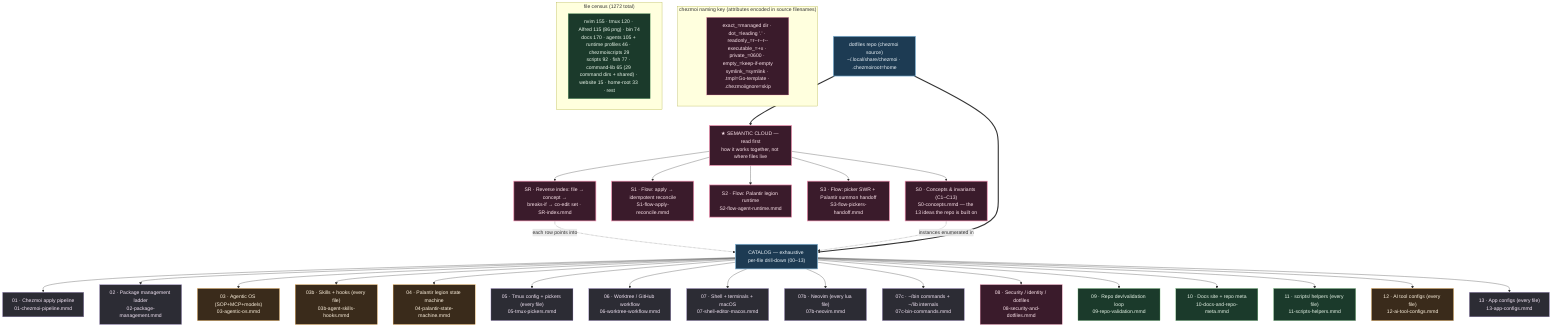
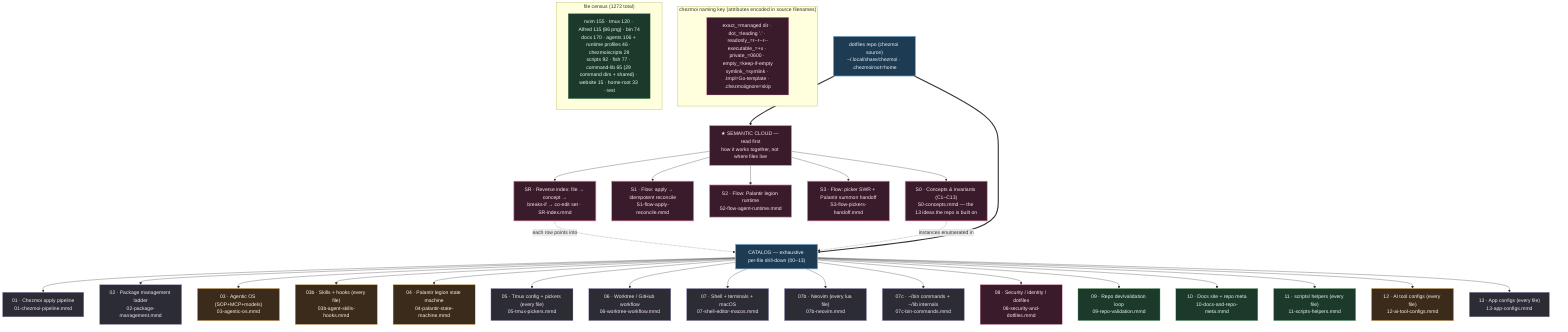
%% ============================================================================
%% 00-overview.mmd — Master navigation map for kapral18/dotfiles
%% TWO LAYERS:
%%   SEMANTIC CLOUD (read first) — how the system THINKS: concepts+invariants
%%     (S0), cross-cutting flows (S1/S2/S3), and a reverse index (SR) that maps
%%     any file to its concept, blast radius, and co-edit set.
%%   CATALOG (drill-down) — how the system is LAID OUT: 00-13 enumerate every
%%     one of the 1272 files in the effective git file set by exact chezmoi source path.
%% `home/` is chezmoi source deployed to $HOME; scripts/tools/website/docs are
%% repo-side (NOT deployed). Each node → a deeper .mmd.
%% ============================================================================
graph TD
    classDef entry fill:#1d3b53,stroke:#7fb3d5,color:#eaf2f8,stroke-width:2px;
    classDef sys fill:#2c2c34,stroke:#b39ddb,color:#f3e5f5;
    classDef ai fill:#3a2b1b,stroke:#ffb74d,color:#fff3e0;
    classDef repo fill:#1b3a2b,stroke:#81c784,color:#e8f5e9;
    classDef data fill:#3a1b2b,stroke:#f48fb1,color:#fce4ec;
    classDef sem fill:#3a1b2b,stroke:#f48fb1,color:#fce4ec,stroke-width:2px;

    ROOT["dotfiles repo (chezmoi source)<br/>~/.local/share/chezmoi · .chezmoiroot=home"]:::entry

    %% ---- SEMANTIC LAYER (read before the catalog) --------------------------
    ROOT ==> SEMHEAD["★ SEMANTIC CLOUD — read first<br/>how it works together, not where files live"]:::sem
    SEMHEAD --> S0["S0 · Concepts & invariants (C1–C13)<br/>S0-concepts.mmd — the 13 ideas the repo is built on"]:::sem
    SEMHEAD --> S1["S1 · Flow: apply → idempotent reconcile<br/>S1-flow-apply-reconcile.mmd"]:::sem
    SEMHEAD --> S2["S2 · Flow: Palantir legion runtime<br/>S2-flow-agent-runtime.mmd"]:::sem
    SEMHEAD --> S3["S3 · Flow: picker SWR + Palantir summon handoff<br/>S3-flow-pickers-handoff.mmd"]:::sem
    SEMHEAD --> SR["SR · Reverse index: file → concept →<br/>breaks-if → co-edit set · SR-index.mmd"]:::sem
    SR -. "each row points into" .-> CATHEAD
    S0 -. "instances enumerated in" .-> CATHEAD

    %% ---- CATALOG LAYER (exhaustive per-file drill-down) --------------------
    ROOT ==> CATHEAD["CATALOG — exhaustive per-file drill-down (00–13)"]:::entry

    CATHEAD --> CZ["01 · Chezmoi apply pipeline<br/>01-chezmoi-pipeline.mmd"]:::sys
    CATHEAD --> PKG["02 · Package management ladder<br/>02-package-management.mmd"]:::sys
    CATHEAD --> AIOS["03 · Agentic OS (SOP+MCP+models)<br/>03-agentic-os.mmd"]:::ai
    CATHEAD --> SKILLS["03b · Skills + hooks (every file)<br/>03b-agent-skills-hooks.mmd"]:::ai
    CATHEAD --> PAL["04 · Palantir legion state machine<br/>04-palantir-state-machine.mmd"]:::ai
    CATHEAD --> TMUX["05 · Tmux config + pickers (every file)<br/>05-tmux-pickers.mmd"]:::sys
    CATHEAD --> WT["06 · Worktree / GitHub workflow<br/>06-worktree-workflow.mmd"]:::sys
    CATHEAD --> SEM["07 · Shell + terminals + macOS<br/>07-shell-editor-macos.mmd"]:::sys
    CATHEAD --> NVIM["07b · Neovim (every lua file)<br/>07b-neovim.mmd"]:::sys
    CATHEAD --> BIN["07c · ~/bin commands + ~/lib internals<br/>07c-bin-commands.mmd"]:::sys
    CATHEAD --> SEC["08 · Security / identity / dotfiles<br/>08-security-and-dotfiles.mmd"]:::data
    CATHEAD --> VAL["09 · Repo dev/validation loop<br/>09-repo-validation.mmd"]:::repo
    CATHEAD --> DOCS["10 · Docs site + repo meta<br/>10-docs-and-repo-meta.mmd"]:::repo
    CATHEAD --> SCRIPTS["11 · scripts/ helpers (every file)<br/>11-scripts-helpers.mmd"]:::repo
    CATHEAD --> AICFG["12 · AI tool configs (every file)<br/>12-ai-tool-configs.mmd"]:::ai
    CATHEAD --> APPS["13 · App configs (every file)<br/>13-app-configs.mmd"]:::sys

    subgraph KEY["chezmoi naming key (attributes encoded in source filenames)"]
        K1["exact_=managed dir · dot_=leading '.' · readonly_=r--r--r--<br/>executable_=+x · private_=0600 · empty_=keep-if-empty<br/>symlink_=symlink · .tmpl=Go-template · .chezmoiignore=skip"]:::data
    end

    subgraph COUNTS["file census (1272 total)"]
-         C1["nvim 155 · tmux 120 · Alfred 115 (86 png) · bin 74<br/>docs 170 · agents 105 + runtime profiles 46 · chezmoiscripts 29<br/>scripts 92 · fish 77 · command-lib 65 (29 command dirs + shared) · website 15 · home-root 33 · rest"]:::repo
+         C1["nvim 155 · tmux 120 · Alfred 115 (86 png) · bin 74<br/>docs 170 · agents 106 + runtime profiles 46 · chezmoiscripts 29<br/>scripts 92 · fish 77 · command-lib 65 (29 command dirs + shared) · website 15 · home-root 33 · rest"]:::repo
    end
